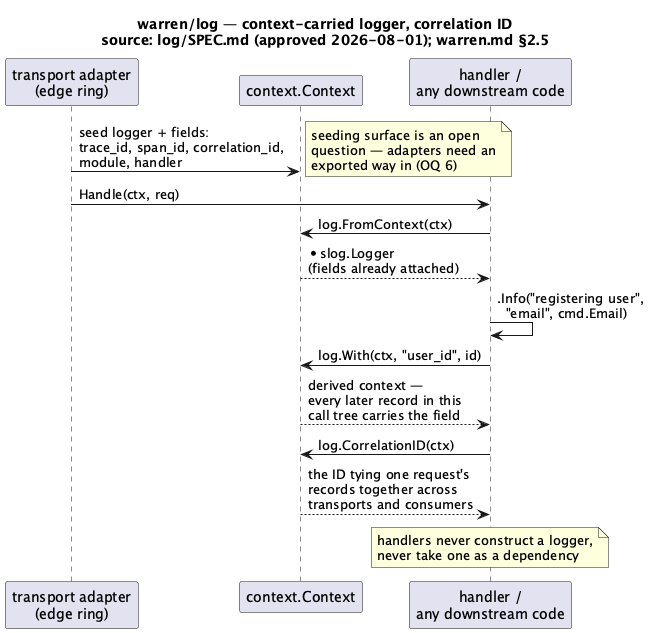
Before: docs/assets/log-usage.png, a diagram exported from PlantUML (MerseniBilel/warren).
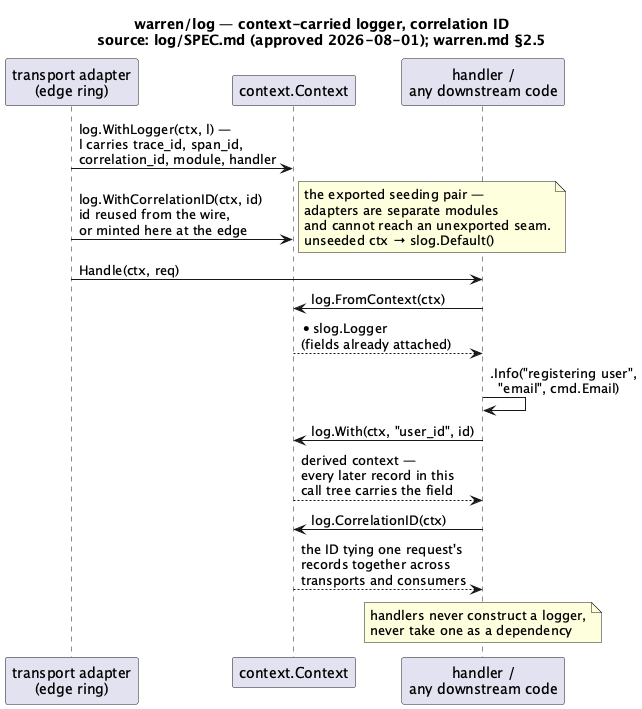
The same file after the commit.

Commit message:
feat(log): implement the context-carried logger

Diff of the diagram source:
```diff
@@ -5,8 +5,9 @@
 participant "context.Context" as ctx
 participant "handler /\nany downstream code" as handler
 
-edge -> ctx : seed logger + fields:\ntrace_id, span_id, correlation_id,\nmodule, handler
-note right : seeding surface is an open\nquestion — adapters need an\nexported way in (OQ 6)
+edge -> ctx : log.WithLogger(ctx, l) —\nl carries trace_id, span_id,\ncorrelation_id, module, handler
+edge -> ctx : log.WithCorrelationID(ctx, id)\nid reused from the wire,\nor minted here at the edge
+note right : the exported seeding pair —\nadapters are separate modules\nand cannot reach an unexported seam.\nunseeded ctx → slog.Default()
 
 edge -> handler : Handle(ctx, req)
 handler -> ctx : log.FromContext(ctx)
```
